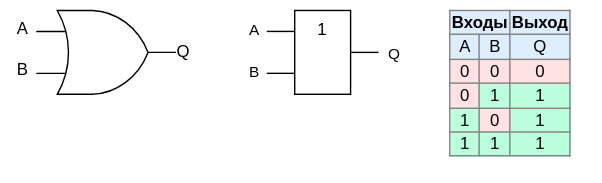
Before: .pic/Introduction/How FPGA works/fig_02.drawio.svg, a diagram exported from draw.io (MPSU/APS). Source tidied: cells renumbered, new cells last; positions are measured from the earlier drawing's top-left corner, leaving out a move shared by most shapes.
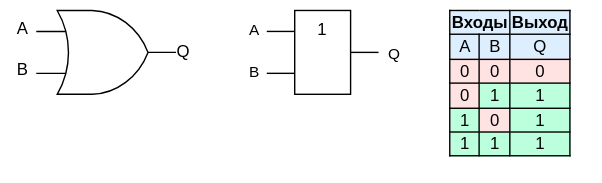
After the change.

What changed in the source:
```diff
@@ -47,7 +47,7 @@
     <mxCell id="12" value="1" style="rounded=0;whiteSpace=wrap;html=1;horizontal=1;verticalAlign=top;" parent="1" vertex="1">
       <mxGeometry x="210" y="7" width="40" height="60" as="geometry" />
     </mxCell>
-    <mxCell id="13" value="&lt;table border=&quot;1&quot; class=&quot;wikitable&quot; style=&quot;float: right; text-align: center; border: 1px solid rgb(128, 128, 128); border-collapse: collapse;&quot;&gt;&lt;tbody&gt;&lt;tr style=&quot;background:#def;&quot;&gt;&lt;td colspan=&quot;2&quot; style=&quot;border: 1px solid rgb(128, 128, 128);&quot;&gt;&lt;b&gt;Входы&lt;/b&gt;&lt;/td&gt;&lt;td style=&quot;border: 1px solid rgb(128, 128, 128);&quot;&gt;&lt;b&gt;Выход&lt;/b&gt;&lt;br&gt;&lt;/td&gt;&lt;/tr&gt;&lt;tr style=&quot;background:#def;&quot;&gt;&lt;td style=&quot;border: 1px solid rgb(128, 128, 128);&quot;&gt;A&lt;/td&gt;&lt;td style=&quot;border: 1px solid rgb(128, 128, 128);&quot;&gt;B&lt;/td&gt;&lt;td style=&quot;border: 1px solid rgb(128, 128, 128);&quot;&gt;Q&lt;br&gt;&lt;/td&gt;&lt;/tr&gt;&lt;tr&gt;&lt;td style=&quot;background: #FFE3E3; color: black; vertical-align: middle; text-align: center; border: 1px solid rgb(128, 128, 128);&quot; class=&quot;table-no2&quot;&gt;0&lt;/td&gt;&lt;td style=&quot;background: #FFE3E3; color: black; vertical-align: middle; text-align: center; border: 1px solid rgb(128, 128, 128);&quot; class=&quot;table-no2&quot;&gt;0&lt;/td&gt;&lt;td style=&quot;background: #FFE3E3; color: black; vertical-align: middle; text-align: center; border: 1px solid rgb(128, 128, 128);&quot; class=&quot;table-no2&quot;&gt;0&lt;br&gt;&lt;/td&gt;&lt;/tr&gt;&lt;tr&gt;&lt;td style=&quot;background: #FFE3E3; color: black; vertical-align: middle; text-align: center; border: 1px solid rgb(128, 128, 128);&quot; class=&quot;table-no2&quot;&gt;0&lt;/td&gt;&lt;td style=&quot;background:#bfd; color:black; vertical-align:middle; text-align:center; border: 1px solid rgb(128, 128, 128);&quot; class=&quot;table-yes2&quot;&gt;1&lt;/td&gt;&lt;td border=&quot;1&quot; style=&quot;background: rgb(187, 255, 221); color: black; vertical-align: middle; text-align: center; border-collapse: collapse; border: 1px solid rgb(128, 128, 128);&quot; class=&quot;table-no2&quot;&gt;&lt;span style=&quot;&quot;&gt;1&lt;/span&gt;&lt;br&gt;&lt;/td&gt;&lt;/tr&gt;&lt;tr&gt;&lt;td style=&quot;background:#bfd; color:black; vertical-align:middle; text-align:center; border: 1px solid rgb(128, 128, 128);&quot; class=&quot;table-yes2&quot;&gt;1&lt;/td&gt;&lt;td style=&quot;background: #FFE3E3; color: black; vertical-align: middle; text-align: center; border: 1px solid rgb(128, 128, 128);&quot; class=&quot;table-no2&quot;&gt;0&lt;/td&gt;&lt;td style=&quot;background: rgb(187, 255, 221); color: black; vertical-align: middle; text-align: center; border: 1px solid rgb(128, 128, 128);&quot; class=&quot;table-no2&quot;&gt;1&lt;br&gt;&lt;/td&gt;&lt;/tr&gt;&lt;tr&gt;&lt;td style=&quot;background:#bfd; color:black; vertical-align:middle; text-align:center; border: 1px solid rgb(128, 128, 128);&quot; class=&quot;table-yes2&quot;&gt;1&lt;/td&gt;&lt;td style=&quot;background:#bfd; color:black; vertical-align:middle; text-align:center; border: 1px solid rgb(128, 128, 128);&quot; class=&quot;table-yes2&quot;&gt;1&lt;/td&gt;&lt;td style=&quot;background: rgb(187, 255, 221); color: black; vertical-align: middle; text-align: center; border: 1px solid rgb(128, 128, 128);&quot; class=&quot;table-yes2&quot;&gt;1&lt;br&gt;&lt;/td&gt;&lt;/tr&gt;&lt;/tbody&gt;&lt;/table&gt;" style="text;whiteSpace=wrap;html=1;strokeColor=none;" parent="1" vertex="1">
+    <mxCell id="13" value="&lt;table border=&quot;1&quot; class=&quot;wikitable&quot; style=&quot;float: right; text-align: center; border: 1px solid rgb(0, 0, 0); border-collapse: collapse;&quot;&gt;&lt;tbody&gt;&lt;tr style=&quot;background:#def;&quot;&gt;&lt;td colspan=&quot;2&quot; style=&quot;border: 1px solid rgb(0, 0, 0);&quot;&gt;&lt;b&gt;Входы&lt;/b&gt;&lt;/td&gt;&lt;td style=&quot;border: 1px solid rgb(0, 0, 0);&quot;&gt;&lt;b&gt;Выход&lt;/b&gt;&lt;br&gt;&lt;/td&gt;&lt;/tr&gt;&lt;tr style=&quot;background:#def;&quot;&gt;&lt;td style=&quot;border: 1px solid rgb(0, 0, 0);&quot;&gt;A&lt;/td&gt;&lt;td style=&quot;border: 1px solid rgb(0, 0, 0);&quot;&gt;B&lt;/td&gt;&lt;td style=&quot;border: 1px solid rgb(0, 0, 0);&quot;&gt;Q&lt;br&gt;&lt;/td&gt;&lt;/tr&gt;&lt;tr&gt;&lt;td style=&quot;background: #FFE3E3; color: black; vertical-align: middle; text-align: center; border: 1px solid rgb(0, 0, 0);&quot; class=&quot;table-no2&quot;&gt;0&lt;/td&gt;&lt;td style=&quot;background: #FFE3E3; color: black; vertical-align: middle; text-align: center; border: 1px solid rgb(0, 0, 0);&quot; class=&quot;table-no2&quot;&gt;0&lt;/td&gt;&lt;td style=&quot;background: #FFE3E3; color: black; vertical-align: middle; text-align: center; border: 1px solid rgb(0, 0, 0);&quot; class=&quot;table-no2&quot;&gt;0&lt;br&gt;&lt;/td&gt;&lt;/tr&gt;&lt;tr&gt;&lt;td style=&quot;background: #FFE3E3; color: black; vertical-align: middle; text-align: center; border: 1px solid rgb(0, 0, 0);&quot; class=&quot;table-no2&quot;&gt;0&lt;/td&gt;&lt;td style=&quot;background:#bfd; color:black; vertical-align:middle; text-align:center; border: 1px solid rgb(0, 0, 0);&quot; class=&quot;table-yes2&quot;&gt;1&lt;/td&gt;&lt;td border=&quot;1&quot; style=&quot;background: rgb(187, 255, 221); color: black; vertical-align: middle; text-align: center; border-collapse: collapse; border: 1px solid rgb(0, 0, 0);&quot; class=&quot;table-no2&quot;&gt;&lt;span style=&quot;&quot;&gt;1&lt;/span&gt;&lt;br&gt;&lt;/td&gt;&lt;/tr&gt;&lt;tr&gt;&lt;td style=&quot;background:#bfd; color:black; vertical-align:middle; text-align:center; border: 1px solid rgb(0, 0, 0);&quot; class=&quot;table-yes2&quot;&gt;1&lt;/td&gt;&lt;td style=&quot;background: #FFE3E3; color: black; vertical-align: middle; text-align: center; border: 1px solid rgb(0, 0, 0);&quot; class=&quot;table-no2&quot;&gt;0&lt;/td&gt;&lt;td style=&quot;background: rgb(187, 255, 221); color: black; vertical-align: middle; text-align: center; border: 1px solid rgb(0, 0, 0);&quot; class=&quot;table-no2&quot;&gt;1&lt;br&gt;&lt;/td&gt;&lt;/tr&gt;&lt;tr&gt;&lt;td style=&quot;background:#bfd; color:black; vertical-align:middle; text-align:center; border: 1px solid rgb(0, 0, 0);&quot; class=&quot;table-yes2&quot;&gt;1&lt;/td&gt;&lt;td style=&quot;background:#bfd; color:black; vertical-align:middle; text-align:center; border: 1px solid rgb(0, 0, 0);&quot; class=&quot;table-yes2&quot;&gt;1&lt;/td&gt;&lt;td style=&quot;background: rgb(187, 255, 221); color: black; vertical-align: middle; text-align: center; border: 1px solid rgb(0, 0, 0);&quot; class=&quot;table-yes2&quot;&gt;1&lt;br&gt;&lt;/td&gt;&lt;/tr&gt;&lt;/tbody&gt;&lt;/table&gt;" style="text;whiteSpace=wrap;html=1;strokeColor=none;" parent="1" vertex="1">
       <mxGeometry x="319" width="110" height="130" as="geometry" />
     </mxCell>
   </root>
```
